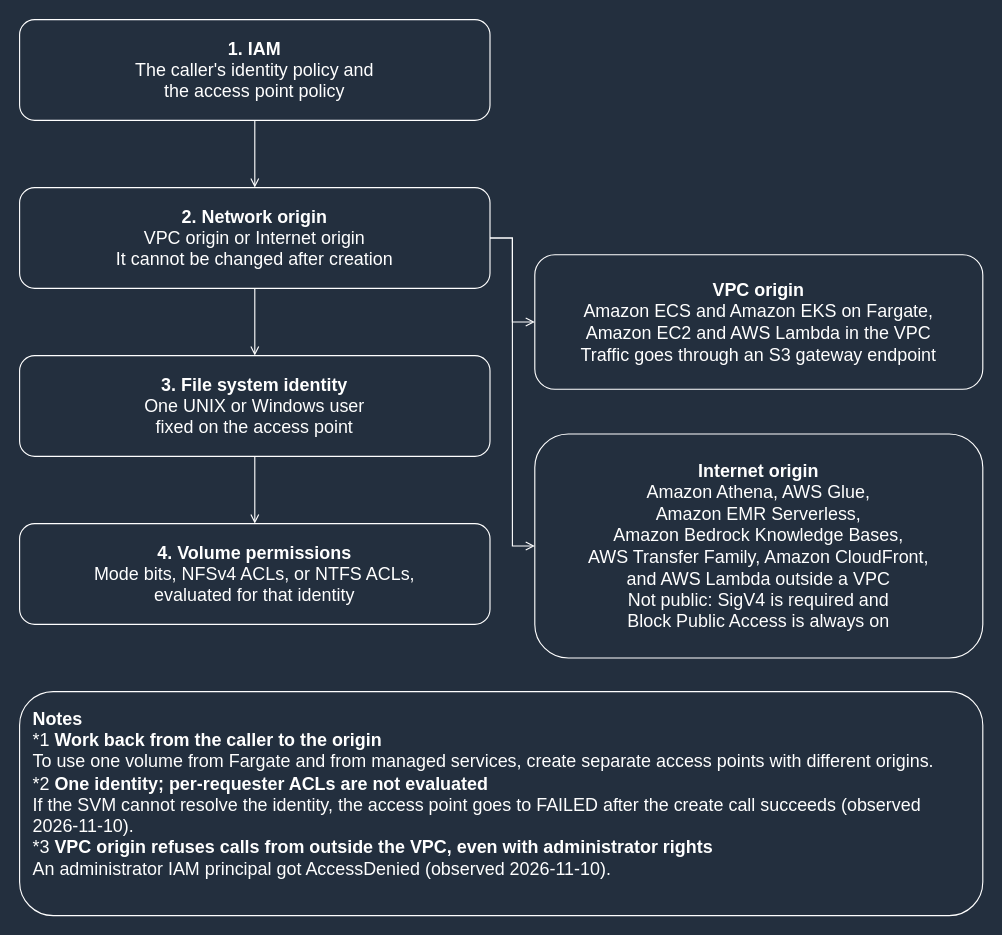
This is docs/_assets/diagrams/s3ap-request-path-en-dark.drawio from Yoshiki0705/FSx-for-ONTAP-Container-Datastore-Patterns, a draw.io file, before an edit. Source tidied: cells renumbered, new cells numbered last; positions are measured from the earlier drawing's top-left corner, leaving out a move shared by most shapes. Both pictures are drawn from the tidied source at 112%, with x=0, y=0 at pixel (19, 19).
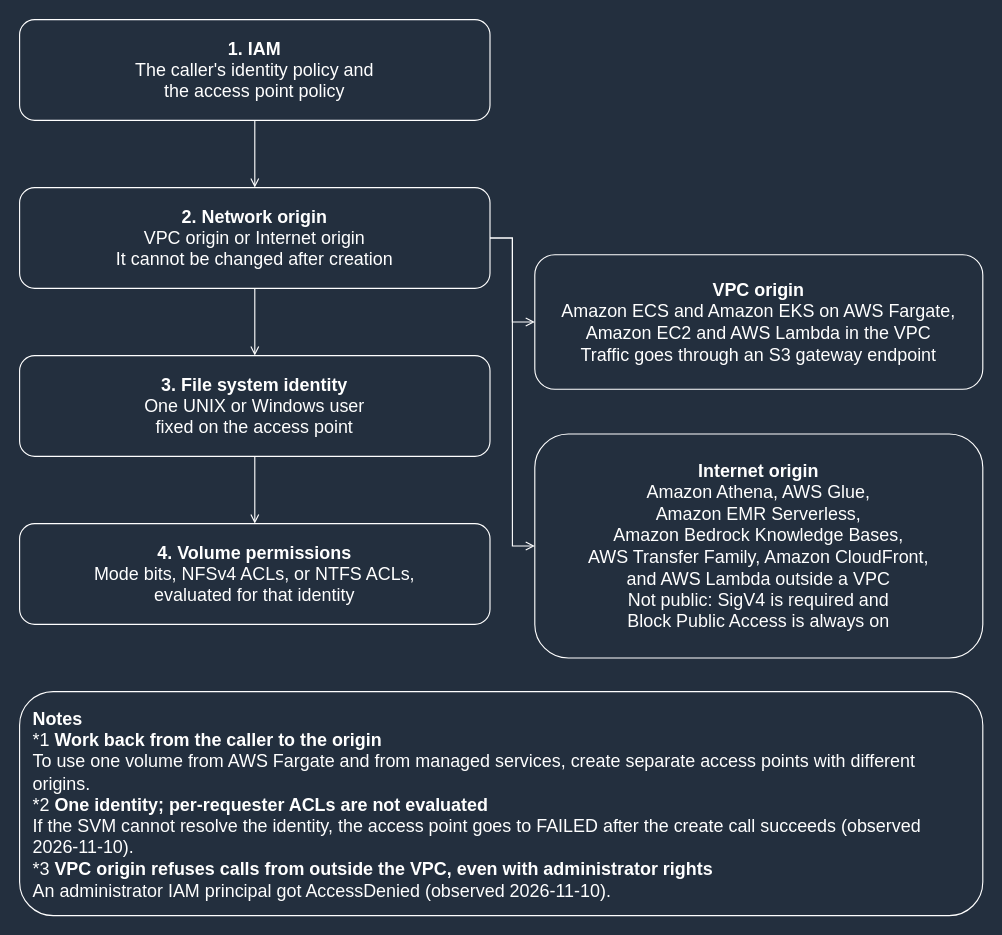
The same page after the edit.

What changed in the source:
```diff
@@
 <mxGraphModel background="#232F3E">
   <root>
     <mxCell id="0" />
     <mxCell id="1" parent="0" />
     <mxCell id="2" style="edgeStyle=orthogonalEdgeStyle;rounded=0;html=1;endArrow=open;endFill=0;strokeColor=#FFFFFF;strokeWidth=1;fontSize=16;fontColor=#FFFFFF;labelBackgroundColor=#232F3E;exitX=0.5;exitY=1.0;exitDx=0;exitDy=0;entryX=0.5;entryY=0.0;entryDx=0;entryDy=0;" parent="1" edge="1" source="7" target="8">
       <mxGeometry relative="1" as="geometry" />
     </mxCell>
     <mxCell id="3" style="edgeStyle=orthogonalEdgeStyle;rounded=0;html=1;endArrow=open;endFill=0;strokeColor=#FFFFFF;strokeWidth=1;fontSize=16;fontColor=#FFFFFF;labelBackgroundColor=#232F3E;exitX=0.5;exitY=1.0;exitDx=0;exitDy=0;entryX=0.5;entryY=0.0;entryDx=0;entryDy=0;" parent="1" edge="1" source="8" target="9">
       <mxGeometry relative="1" as="geometry" />
     </mxCell>
     <mxCell id="4" style="edgeStyle=orthogonalEdgeStyle;rounded=0;html=1;endArrow=open;endFill=0;strokeColor=#FFFFFF;strokeWidth=1;fontSize=16;fontColor=#FFFFFF;labelBackgroundColor=#232F3E;exitX=0.5;exitY=1.0;exitDx=0;exitDy=0;entryX=0.5;entryY=0.0;entryDx=0;entryDy=0;" parent="1" edge="1" source="9" target="10">
       <mxGeometry relative="1" as="geometry" />
     </mxCell>
     <mxCell id="5" style="edgeStyle=orthogonalEdgeStyle;rounded=0;html=1;endArrow=open;endFill=0;strokeColor=#FFFFFF;strokeWidth=1;fontSize=16;fontColor=#FFFFFF;labelBackgroundColor=#232F3E;exitX=1.0;exitY=0.5;exitDx=0;exitDy=0;entryX=0.0;entryY=0.5;entryDx=0;entryDy=0;" parent="1" edge="1" source="8" target="11">
       <mxGeometry relative="1" as="geometry" />
     </mxCell>
     <mxCell id="6" style="edgeStyle=orthogonalEdgeStyle;rounded=0;html=1;endArrow=open;endFill=0;strokeColor=#FFFFFF;strokeWidth=1;fontSize=16;fontColor=#FFFFFF;labelBackgroundColor=#232F3E;exitX=1.0;exitY=0.5;exitDx=0;exitDy=0;entryX=0.0;entryY=0.5;entryDx=0;entryDy=0;" parent="1" edge="1" source="8" target="12">
       <mxGeometry relative="1" as="geometry" />
     </mxCell>
     <mxCell id="7" value="&lt;b&gt;1. IAM&lt;/b&gt;&lt;br&gt;The caller's identity policy and&lt;br&gt;the access point policy" style="rounded=1;whiteSpace=wrap;html=1;strokeColor=#FFFFFF;fillColor=none;fontColor=#FFFFFF;fontSize=16;verticalAlign=middle;align=center;" parent="1" vertex="1">
       <mxGeometry width="420" height="90" as="geometry" />
     </mxCell>
     <mxCell id="8" value="&lt;b&gt;2. Network origin&lt;/b&gt;&lt;br&gt;VPC origin or Internet origin&lt;br&gt;It cannot be changed after creation" style="rounded=1;whiteSpace=wrap;html=1;strokeColor=#FFFFFF;fillColor=none;fontColor=#FFFFFF;fontSize=16;verticalAlign=middle;align=center;" parent="1" vertex="1">
       <mxGeometry y="150" width="420" height="90" as="geometry" />
     </mxCell>
     <mxCell id="9" value="&lt;b&gt;3. File system identity&lt;/b&gt;&lt;br&gt;One UNIX or Windows user&lt;br&gt;fixed on the access point" style="rounded=1;whiteSpace=wrap;html=1;strokeColor=#FFFFFF;fillColor=none;fontColor=#FFFFFF;fontSize=16;verticalAlign=middle;align=center;" parent="1" vertex="1">
       <mxGeometry y="300" width="420" height="90" as="geometry" />
     </mxCell>
     <mxCell id="10" value="&lt;b&gt;4. Volume permissions&lt;/b&gt;&lt;br&gt;Mode bits, NFSv4 ACLs, or NTFS ACLs,&lt;br&gt;evaluated for that identity" style="rounded=1;whiteSpace=wrap;html=1;strokeColor=#FFFFFF;fillColor=none;fontColor=#FFFFFF;fontSize=16;verticalAlign=middle;align=center;" parent="1" vertex="1">
       <mxGeometry y="450" width="420" height="90" as="geometry" />
     </mxCell>
-    <mxCell id="11" value="&lt;b&gt;VPC origin&lt;/b&gt;&lt;br&gt;Amazon ECS and Amazon EKS on Fargate,&lt;br&gt;Amazon EC2 and AWS Lambda in the VPC&lt;br&gt;Traffic goes through an S3 gateway endpoint" style="rounded=1;whiteSpace=wrap;html=1;strokeColor=#FFFFFF;fillColor=none;fontColor=#FFFFFF;fontSize=16;verticalAlign=middle;align=center;" parent="1" vertex="1">
+    <mxCell id="11" value="&lt;b&gt;VPC origin&lt;/b&gt;&lt;br&gt;Amazon ECS and Amazon EKS on AWS Fargate,&lt;br&gt;Amazon EC2 and AWS Lambda in the VPC&lt;br&gt;Traffic goes through an S3 gateway endpoint" style="rounded=1;whiteSpace=wrap;html=1;strokeColor=#FFFFFF;fillColor=none;fontColor=#FFFFFF;fontSize=16;verticalAlign=middle;align=center;" parent="1" vertex="1">
       <mxGeometry x="460" y="210" width="400" height="120" as="geometry" />
     </mxCell>
     <mxCell id="12" value="&lt;b&gt;Internet origin&lt;/b&gt;&lt;br&gt;Amazon Athena, AWS Glue,&lt;br&gt;Amazon EMR Serverless,&lt;br&gt;Amazon Bedrock Knowledge Bases,&lt;br&gt;AWS Transfer Family, Amazon CloudFront,&lt;br&gt;and AWS Lambda outside a VPC&lt;br&gt;Not public: SigV4 is required and&lt;br&gt;Block Public Access is always on" style="rounded=1;whiteSpace=wrap;html=1;strokeColor=#FFFFFF;fillColor=none;fontColor=#FFFFFF;fontSize=16;verticalAlign=middle;align=center;" parent="1" vertex="1">
       <mxGeometry x="460" y="370" width="400" height="200" as="geometry" />
     </mxCell>
-    <mxCell id="13" value="&lt;b&gt;Notes&lt;/b&gt;&lt;br&gt;*1 &lt;b&gt;Work back from the caller to the origin&lt;/b&gt;&lt;br&gt;To use one volume from Fargate and from managed services, create separate access points with different origins.&lt;br&gt;*2 &lt;b&gt;One identity; per-requester ACLs are not evaluated&lt;/b&gt;&lt;br&gt;If the SVM cannot resolve the identity, the access point goes to FAILED after the create call succeeds (observed 2026-11-10).&lt;br&gt;*3 &lt;b&gt;VPC origin refuses calls from outside the VPC, even with administrator rights&lt;/b&gt;&lt;br&gt;An administrator IAM principal got AccessDenied (observed 2026-11-10)." style="rounded=1;whiteSpace=wrap;html=1;strokeColor=#FFFFFF;fillColor=none;fontColor=#FFFFFF;fontSize=16;verticalAlign=top;align=left;spacingLeft=10;spacingRight=10;spacingTop=8;" parent="1" vertex="1">
+    <mxCell id="13" value="&lt;b&gt;Notes&lt;/b&gt;&lt;br&gt;*1 &lt;b&gt;Work back from the caller to the origin&lt;/b&gt;&lt;br&gt;To use one volume from AWS Fargate and from managed services, create separate access points with different origins.&lt;br&gt;*2 &lt;b&gt;One identity; per-requester ACLs are not evaluated&lt;/b&gt;&lt;br&gt;If the SVM cannot resolve the identity, the access point goes to FAILED after the create call succeeds (observed 2026-11-10).&lt;br&gt;*3 &lt;b&gt;VPC origin refuses calls from outside the VPC, even with administrator rights&lt;/b&gt;&lt;br&gt;An administrator IAM principal got AccessDenied (observed 2026-11-10)." style="rounded=1;whiteSpace=wrap;html=1;strokeColor=#FFFFFF;fillColor=none;fontColor=#FFFFFF;fontSize=16;verticalAlign=top;align=left;spacingLeft=10;spacingRight=10;spacingTop=8;" parent="1" vertex="1">
       <mxGeometry y="600" width="860" height="200" as="geometry" />
     </mxCell>
   </root>
 </mxGraphModel>
```
